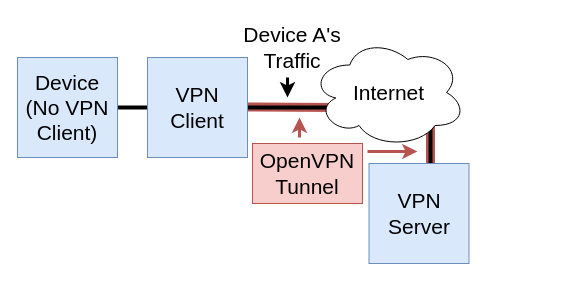
Daniel-Tomov/Daniel-Tomov.github.io keeps this draw.io diagram as blog/media/routing_vpn/diagram.drawio. Above is the earlier version. Source tidied: cells renumbered, new cells numbered last; positions are measured from the earlier drawing's top-left corner, leaving out a move shared by most shapes. Both pictures are drawn from the tidied source at 100%, with x=0, y=0 at pixel (17, 17).
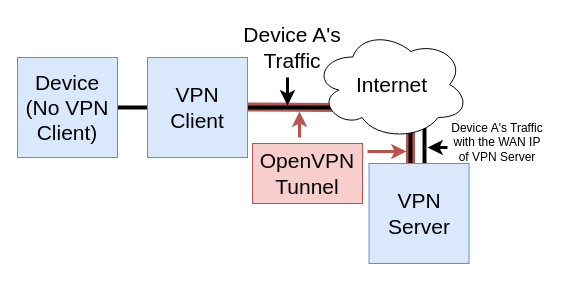
The same page after the edit.

Commit message (it also covers changes not shown here):
fix: update diagram and make copy to beginning of post

Change to the diagram source:
```diff
@@
+    <mxCell id="16" style="endArrow=none;html=1;rounded=0;strokeWidth=4;" parent="1" edge="1">
+      <mxGeometry relative="1" as="geometry">
+        <mxPoint x="407" y="110" as="sourcePoint" />
+        <mxPoint x="407" y="150" as="targetPoint" />
+      </mxGeometry>
+    </mxCell>
@@
     <mxCell id="5" style="endArrow=none;html=1;rounded=0;strokeWidth=9;fillColor=#f8cecc;strokeColor=#b85450;" parent="1" edge="1">
       <mxGeometry relative="1" as="geometry">
-        <mxPoint x="413" y="106" as="sourcePoint" />
-        <mxPoint x="413" y="146" as="targetPoint" />
+        <mxPoint x="393" y="106" as="sourcePoint" />
+        <mxPoint x="393" y="146" as="targetPoint" />
       </mxGeometry>
     </mxCell>
     <mxCell id="6" style="endArrow=none;html=1;rounded=0;strokeWidth=4;" parent="1" edge="1">
       <mxGeometry relative="1" as="geometry">
-        <mxPoint x="413" y="110" as="sourcePoint" />
-        <mxPoint x="413" y="150" as="targetPoint" />
+        <mxPoint x="393" y="110" as="sourcePoint" />
+        <mxPoint x="393" y="150" as="targetPoint" />
       </mxGeometry>
     </mxCell>
@@
     <mxCell id="10" value="&lt;font style=&quot;font-size: 21px;&quot;&gt;Internet&lt;/font&gt;" style="ellipse;shape=cloud;whiteSpace=wrap;html=1;" parent="1" vertex="1">
-      <mxGeometry x="293.5" y="20" width="155" height="110" as="geometry" />
+      <mxGeometry x="296.5" y="12" width="155" height="110" as="geometry" />
     </mxCell>
@@
     <mxCell id="12" style="endArrow=classic;html=1;rounded=0;strokeWidth=3;fillColor=#f8cecc;strokeColor=#b85450;" parent="1" edge="1">
       <mxGeometry relative="1" as="geometry">
         <mxPoint x="282" y="120" as="sourcePoint" />
-        <mxPoint x="282" y="100" as="targetPoint" />
+        <mxPoint x="282" y="94" as="targetPoint" />
       </mxGeometry>
     </mxCell>
     <mxCell id="13" style="endArrow=classic;html=1;rounded=0;strokeWidth=3;fillColor=#f8cecc;strokeColor=#b85450;" parent="1" edge="1">
       <mxGeometry relative="1" as="geometry">
         <mxPoint x="350" y="134" as="sourcePoint" />
-        <mxPoint x="400" y="134" as="targetPoint" />
+        <mxPoint x="389" y="134" as="targetPoint" />
       </mxGeometry>
     </mxCell>
     <mxCell id="14" style="endArrow=classic;html=1;rounded=0;strokeWidth=3;" parent="1" edge="1">
       <mxGeometry relative="1" as="geometry">
         <mxPoint x="270" y="60" as="sourcePoint" />
-        <mxPoint x="270" y="80" as="targetPoint" />
+        <mxPoint x="270" y="88" as="targetPoint" />
       </mxGeometry>
     </mxCell>
@@
+    <mxCell id="17" value="Device A's Traffic&lt;div&gt;with the WAN IP of VPN Server&lt;/div&gt;" style="text;html=1;align=center;verticalAlign=middle;whiteSpace=wrap;rounded=0;" parent="1" vertex="1">
+      <mxGeometry x="430" y="110" width="100" height="30" as="geometry" />
+    </mxCell>
+    <mxCell id="18" style="endArrow=classic;html=1;rounded=0;strokeWidth=3;" parent="1" edge="1">
+      <mxGeometry relative="1" as="geometry">
+        <mxPoint x="430" y="130" as="sourcePoint" />
+        <mxPoint x="410" y="130" as="targetPoint" />
+      </mxGeometry>
+    </mxCell>
```
